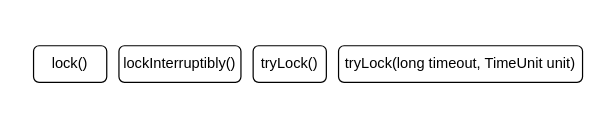
This is 卖场/源码.drawio from lxcy-kdz/draw, a draw.io file, before an edit. Source tidied: cells renumbered, new cells numbered last; positions are measured from the earlier drawing's top-left corner, leaving out a move shared by most shapes. Both pictures are drawn from the tidied source at 122%, with x=0, y=0 at pixel (33, 45).
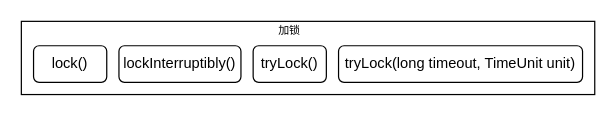
Above is the later version.

What changed in the source:
```diff
@@
 <mxGraphModel>
   <root>
     <mxCell id="0" />
     <mxCell id="1" parent="0" />
+    <mxCell id="6" style="rounded=0;whiteSpace=wrap;html=1;" parent="1" vertex="1">
+      <mxGeometry x="-10" y="-20" width="470" height="60" as="geometry" />
+    </mxCell>
     <mxCell id="2" value="lock()" style="rounded=1;whiteSpace=wrap;html=1;" parent="1" vertex="1">
       <mxGeometry width="60" height="30" as="geometry" />
     </mxCell>
     <mxCell id="3" value="lockInterruptibly()" style="rounded=1;whiteSpace=wrap;html=1;" parent="1" vertex="1">
       <mxGeometry x="70" width="100" height="30" as="geometry" />
     </mxCell>
     <mxCell id="4" value="tryLock()" style="rounded=1;whiteSpace=wrap;html=1;" parent="1" vertex="1">
       <mxGeometry x="180" width="60" height="30" as="geometry" />
     </mxCell>
     <mxCell id="5" value="tryLock(long timeout, TimeUnit unit)" style="rounded=1;whiteSpace=wrap;html=1;" parent="1" vertex="1">
       <mxGeometry x="250" width="200" height="30" as="geometry" />
     </mxCell>
+    <mxCell id="7" value="&lt;font style=&quot;font-size: 9px;&quot;&gt;加锁&lt;/font&gt;" style="text;html=1;align=center;verticalAlign=middle;whiteSpace=wrap;rounded=0;" parent="1" vertex="1">
+      <mxGeometry x="180" y="-18" width="60" height="10" as="geometry" />
+    </mxCell>
   </root>
 </mxGraphModel>
```
